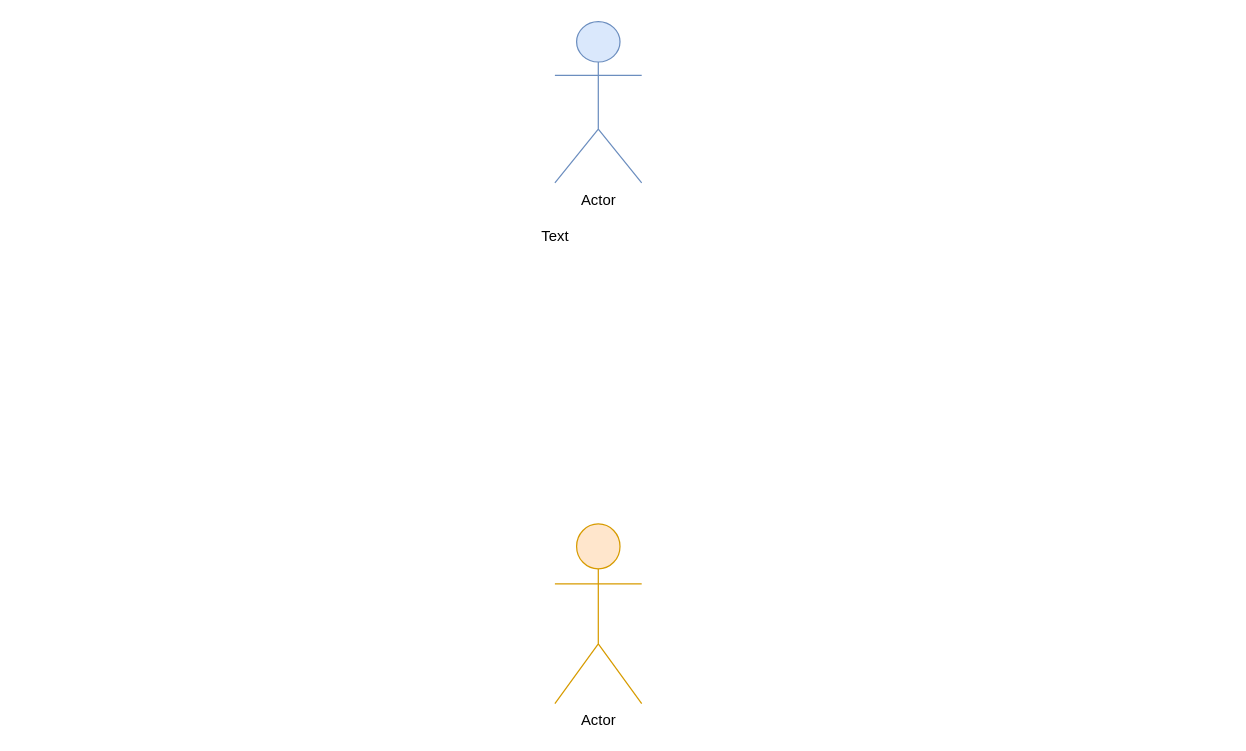
This is Диаграмма без названия.drawio from AnnDets/Find-your-pet, a draw.io file, before an edit. Source tidied: cells renumbered, new cells numbered last; positions are measured from the earlier drawing's top-left corner, leaving out a move shared by most shapes. Both pictures are drawn from the tidied source at 124%, with x=0, y=0 at pixel (523, 21).
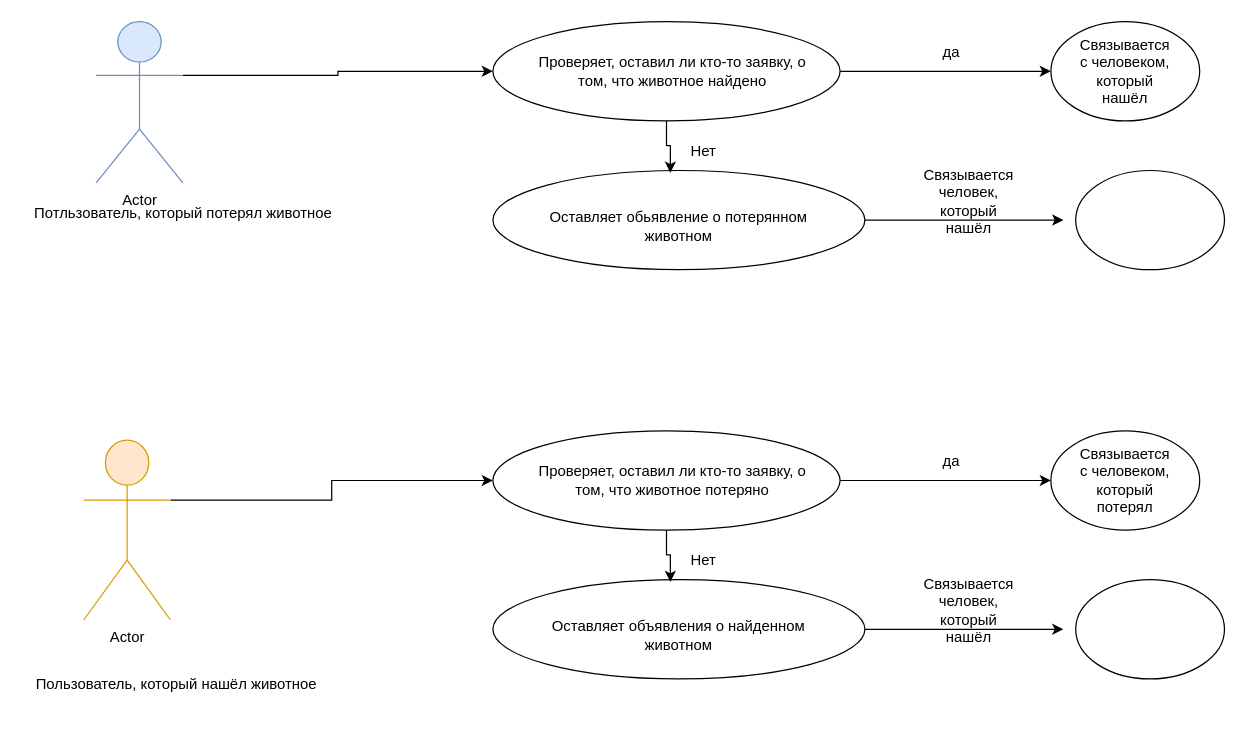
Above is the later version.

Diff of the diagram source:
```diff
@@
+    <mxCell id="5" style="edgeStyle=orthogonalEdgeStyle;rounded=0;jettySize=auto;html=1;exitX=1;exitY=0.3333333333333333;exitDx=0;exitDy=0;exitPerimeter=0;entryX=0;entryY=0.5;entryDx=0;entryDy=0;" parent="1" edge="1" source="2" target="9">
+      <mxGeometry relative="1" as="geometry" />
+    </mxCell>
     <mxCell id="2" value="Actor" style="shape=umlActor;verticalLabelPosition=bottom;verticalAlign=top;html=1;outlineConnect=0;fillColor=#dae8fc;strokeColor=#6c8ebf;" parent="1" vertex="1">
-      <mxGeometry x="25" width="70" height="130" as="geometry" />
+      <mxGeometry x="-345" width="70" height="130" as="geometry" />
     </mxCell>
+    <mxCell id="6" style="edgeStyle=orthogonalEdgeStyle;rounded=0;jettySize=auto;html=1;exitX=1;exitY=0.3333333333333333;exitDx=0;exitDy=0;exitPerimeter=0;entryX=0;entryY=0.5;entryDx=0;entryDy=0;" parent="1" edge="1" source="3" target="22">
+      <mxGeometry relative="1" as="geometry" />
+    </mxCell>
     <mxCell id="3" value="Actor" style="shape=umlActor;verticalLabelPosition=bottom;verticalAlign=top;html=1;outlineConnect=0;fillColor=#ffe6cc;strokeColor=#d79b00;" parent="1" vertex="1">
-      <mxGeometry x="25" y="405" width="70" height="145" as="geometry" />
+      <mxGeometry x="-355" y="337.5" width="70" height="145" as="geometry" />
     </mxCell>
-    <mxCell id="4" value="Text" style="text;html=1;align=center;verticalAlign=middle;strokeColor=none;fillColor=none;" parent="1" vertex="1">
-      <mxGeometry y="158" width="50" height="30" as="geometry" />
+    <mxCell id="4" value="Потльзователь, который потерял животное" style="text;html=1;align=center;verticalAlign=middle;strokeColor=none;fillColor=none;" parent="1" vertex="1">
+      <mxGeometry x="-405" y="140" width="260" height="30" as="geometry" />
     </mxCell>
+    <mxCell id="7" value="Пользователь, который нашёл животное" style="text;html=1;align=center;verticalAlign=middle;whiteSpace=wrap;rounded=0;" parent="1" vertex="1">
+      <mxGeometry x="-395" y="520" width="230" height="30" as="geometry" />
+    </mxCell>
+    <mxCell id="8" style="edgeStyle=orthogonalEdgeStyle;rounded=0;jettySize=auto;html=1;exitX=1;exitY=0.5;exitDx=0;exitDy=0;entryX=0;entryY=0.5;entryDx=0;entryDy=0;" parent="1" edge="1" source="9" target="13">
+      <mxGeometry relative="1" as="geometry" />
+    </mxCell>
+    <mxCell id="9" style="ellipse;whiteSpace=wrap;html=1;" parent="1" vertex="1">
+      <mxGeometry x="-25" width="280" height="80" as="geometry" />
+    </mxCell>
+    <mxCell id="10" style="ellipse;whiteSpace=wrap;html=1;" parent="1" vertex="1">
+      <mxGeometry x="-25" y="120" width="300" height="80" as="geometry" />
+    </mxCell>
+    <mxCell id="11" value="Проверяет, оставил ли кто-то заявку, о том, что животное найдено" style="text;html=1;align=center;verticalAlign=middle;whiteSpace=wrap;rounded=0;" parent="1" vertex="1">
+      <mxGeometry x="5" y="25" width="230" height="30" as="geometry" />
+    </mxCell>
+    <mxCell id="12" style="edgeStyle=orthogonalEdgeStyle;rounded=0;jettySize=auto;html=1;exitX=0.5;exitY=1;exitDx=0;exitDy=0;entryX=0.477;entryY=0.023;entryDx=0;entryDy=0;entryPerimeter=0;" parent="1" edge="1" source="9" target="10">
+      <mxGeometry relative="1" as="geometry" />
+    </mxCell>
+    <mxCell id="13" style="ellipse;whiteSpace=wrap;html=1;" parent="1" vertex="1">
+      <mxGeometry x="425" width="120" height="80" as="geometry" />
+    </mxCell>
+    <mxCell id="14" value="да" style="text;html=1;align=center;verticalAlign=middle;whiteSpace=wrap;rounded=0;" parent="1" vertex="1">
+      <mxGeometry x="315" y="10" width="60" height="30" as="geometry" />
+    </mxCell>
+    <mxCell id="15" value="Связывается с человеком, который нашёл" style="text;html=1;align=center;verticalAlign=middle;whiteSpace=wrap;rounded=0;" parent="1" vertex="1">
+      <mxGeometry x="455" y="25" width="60" height="30" as="geometry" />
+    </mxCell>
+    <mxCell id="16" value="Нет" style="text;html=1;align=center;verticalAlign=middle;whiteSpace=wrap;rounded=0;" parent="1" vertex="1">
+      <mxGeometry x="115" y="90" width="60" height="30" as="geometry" />
+    </mxCell>
+    <mxCell id="17" value="Оставляет обьявление о потерянном животном" style="text;html=1;align=center;verticalAlign=middle;whiteSpace=wrap;rounded=0;" parent="1" vertex="1">
+      <mxGeometry x="15" y="150" width="220" height="30" as="geometry" />
+    </mxCell>
+    <mxCell id="18" style="ellipse;whiteSpace=wrap;html=1;" parent="1" vertex="1">
+      <mxGeometry x="445" y="120" width="120" height="80" as="geometry" />
+    </mxCell>
+    <mxCell id="19" style="edgeStyle=orthogonalEdgeStyle;rounded=0;jettySize=auto;html=1;exitX=1;exitY=0.5;exitDx=0;exitDy=0;entryX=-0.083;entryY=0.5;entryDx=0;entryDy=0;entryPerimeter=0;" parent="1" edge="1" source="10" target="18">
+      <mxGeometry relative="1" as="geometry" />
+    </mxCell>
+    <mxCell id="20" value="Связывается человек, который нашёл" style="text;html=1;align=center;verticalAlign=middle;whiteSpace=wrap;rounded=0;" parent="1" vertex="1">
+      <mxGeometry x="329" y="130" width="60" height="30" as="geometry" />
+    </mxCell>
+    <mxCell id="21" style="edgeStyle=orthogonalEdgeStyle;rounded=0;jettySize=auto;html=1;exitX=1;exitY=0.5;exitDx=0;exitDy=0;entryX=0;entryY=0.5;entryDx=0;entryDy=0;" parent="1" edge="1" source="22" target="26">
+      <mxGeometry relative="1" as="geometry" />
+    </mxCell>
+    <mxCell id="22" style="ellipse;whiteSpace=wrap;html=1;" parent="1" vertex="1">
+      <mxGeometry x="-25" y="330" width="280" height="80" as="geometry" />
+    </mxCell>
+    <mxCell id="23" style="ellipse;whiteSpace=wrap;html=1;" parent="1" vertex="1">
+      <mxGeometry x="-25" y="450" width="300" height="80" as="geometry" />
+    </mxCell>
+    <mxCell id="24" value="Проверяет, оставил ли кто-то заявку, о том, что животное потеряно" style="text;html=1;align=center;verticalAlign=middle;whiteSpace=wrap;rounded=0;" parent="1" vertex="1">
+      <mxGeometry x="5" y="355" width="230" height="30" as="geometry" />
+    </mxCell>
+    <mxCell id="25" style="edgeStyle=orthogonalEdgeStyle;rounded=0;jettySize=auto;html=1;exitX=0.5;exitY=1;exitDx=0;exitDy=0;entryX=0.477;entryY=0.023;entryDx=0;entryDy=0;entryPerimeter=0;" parent="1" edge="1" source="22" target="23">
+      <mxGeometry relative="1" as="geometry" />
+    </mxCell>
+    <mxCell id="26" style="ellipse;whiteSpace=wrap;html=1;" parent="1" vertex="1">
+      <mxGeometry x="425" y="330" width="120" height="80" as="geometry" />
+    </mxCell>
+    <mxCell id="27" value="да" style="text;html=1;align=center;verticalAlign=middle;whiteSpace=wrap;rounded=0;" parent="1" vertex="1">
+      <mxGeometry x="315" y="340" width="60" height="30" as="geometry" />
+    </mxCell>
+    <mxCell id="28" value="Связывается с человеком, который потерял" style="text;html=1;align=center;verticalAlign=middle;whiteSpace=wrap;rounded=0;" parent="1" vertex="1">
+      <mxGeometry x="455" y="355" width="60" height="30" as="geometry" />
+    </mxCell>
+    <mxCell id="29" value="Нет" style="text;html=1;align=center;verticalAlign=middle;whiteSpace=wrap;rounded=0;" parent="1" vertex="1">
+      <mxGeometry x="115" y="420" width="60" height="30" as="geometry" />
+    </mxCell>
+    <mxCell id="30" value="Оставляет объявления о найденном животном" style="text;html=1;align=center;verticalAlign=middle;whiteSpace=wrap;rounded=0;" parent="1" vertex="1">
+      <mxGeometry x="15" y="480" width="220" height="30" as="geometry" />
+    </mxCell>
+    <mxCell id="31" style="ellipse;whiteSpace=wrap;html=1;" parent="1" vertex="1">
+      <mxGeometry x="445" y="450" width="120" height="80" as="geometry" />
+    </mxCell>
+    <mxCell id="32" style="edgeStyle=orthogonalEdgeStyle;rounded=0;jettySize=auto;html=1;exitX=1;exitY=0.5;exitDx=0;exitDy=0;entryX=-0.083;entryY=0.5;entryDx=0;entryDy=0;entryPerimeter=0;" parent="1" edge="1" source="23" target="31">
+      <mxGeometry relative="1" as="geometry" />
+    </mxCell>
+    <mxCell id="33" value="Связывается человек, который нашёл" style="text;html=1;align=center;verticalAlign=middle;whiteSpace=wrap;rounded=0;" parent="1" vertex="1">
+      <mxGeometry x="329" y="460" width="60" height="30" as="geometry" />
+    </mxCell>
```
